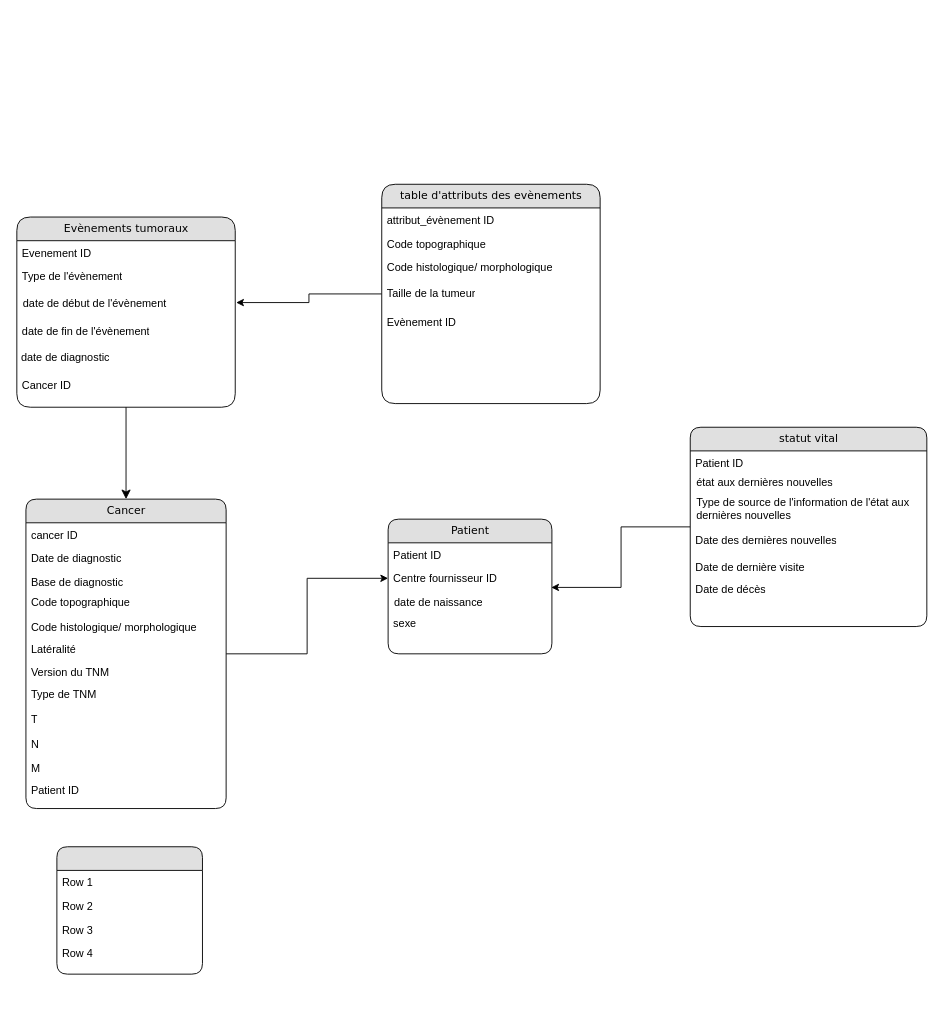
Above: osiris_rwd.drawio in rsigogne/osiris_rwd (draw.io), before the change. Source tidied: cells renumbered, new cells numbered last; positions are measured from the earlier drawing's top-left corner, leaving out a move shared by most shapes. Both pictures are drawn from the tidied source at 91%, with x=0, y=0 at pixel (15, 184).
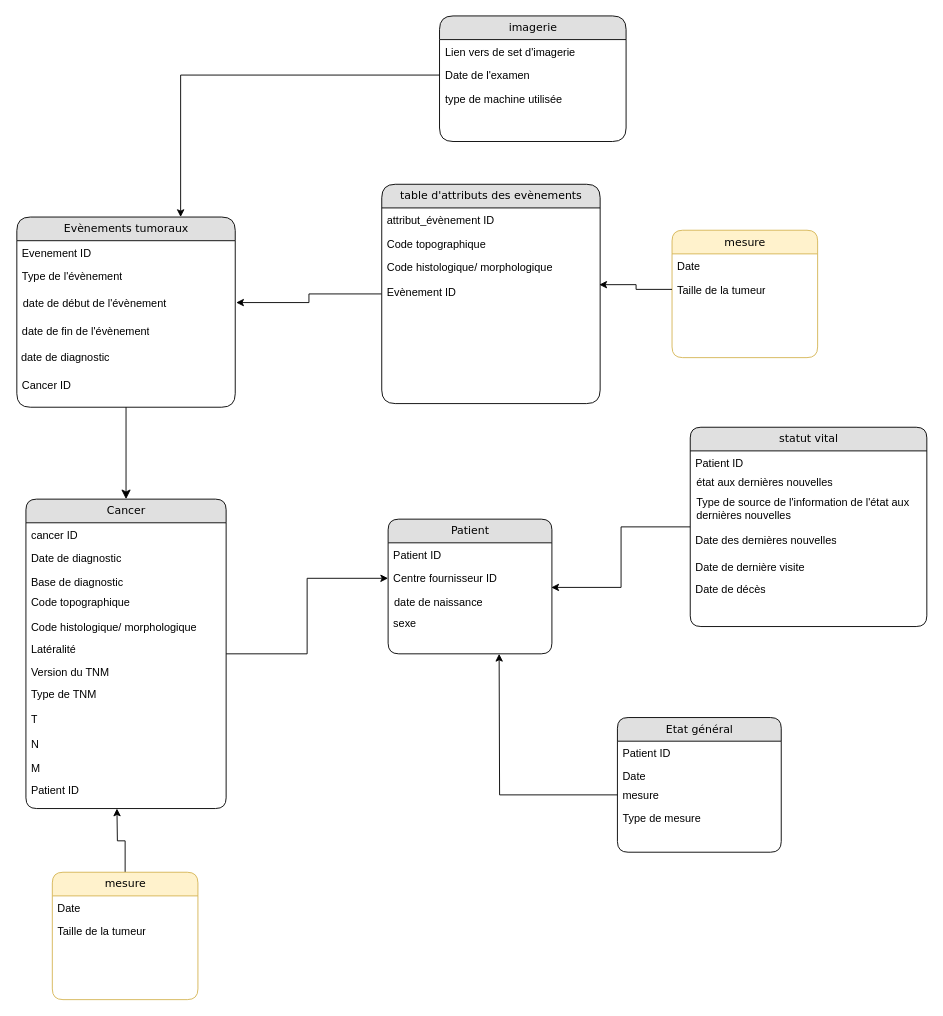
After the change.

Commit message:
MAJ taille de la tumeur

Unchanged cells that the change refers to:
```xml
<mxCell id="2" value="Evènements tumoraux" style="swimlane;html=1;fontStyle=0;horizontal=1;startSize=26;fillColor=#e0e0e0;swimlaneFillColor=#ffffff;align=center;rounded=1;shadow=0;comic=0;labelBackgroundColor=none;strokeWidth=1;fontFamily=Verdana;fontSize=12;arcSize=19;" parent="1" vertex="1">
  <mxGeometry x="1" y="36" width="240" height="209" as="geometry" />
</mxCell>
```

What changed in the source:
```diff
@@
-    <mxCell id="10" style="swimlane;html=1;fontStyle=0;horizontal=1;startSize=26;fillColor=#e0e0e0;swimlaneFillColor=#ffffff;align=center;rounded=1;shadow=0;comic=0;labelBackgroundColor=none;strokeWidth=1;fontFamily=Verdana;fontSize=12;" parent="1" vertex="1">
-      <mxGeometry x="45" y="728" width="160" height="140" as="geometry" />
-    </mxCell>
-    <mxCell id="11" value="Row 1" style="text;html=1;strokeColor=none;fillColor=none;spacingLeft=4;spacingRight=4;whiteSpace=wrap;overflow=hidden;" parent="10" vertex="1">
-      <mxGeometry y="26" width="160" height="26" as="geometry" />
-    </mxCell>
-    <mxCell id="12" value="Row 2" style="text;html=1;strokeColor=none;fillColor=none;spacingLeft=4;spacingRight=4;whiteSpace=wrap;overflow=hidden;" parent="10" vertex="1">
-      <mxGeometry y="52" width="160" height="26" as="geometry" />
-    </mxCell>
-    <mxCell id="13" value="Row 3" style="text;html=1;strokeColor=none;fillColor=none;spacingLeft=4;spacingRight=4;whiteSpace=wrap;overflow=hidden;" parent="10" vertex="1">
-      <mxGeometry y="78" width="160" height="26" as="geometry" />
-    </mxCell>
-    <mxCell id="14" value="Row 4" style="text;html=1;strokeColor=none;fillColor=none;spacingLeft=4;spacingRight=4;whiteSpace=wrap;overflow=hidden;" parent="10" vertex="1">
-      <mxGeometry y="104" width="160" height="26" as="geometry" />
-    </mxCell>
@@
-    <mxCell id="47" value="Taille de la tumeur" style="text;html=1;strokeColor=none;fillColor=none;spacingLeft=4;spacingRight=4;whiteSpace=wrap;overflow=hidden;" parent="1" vertex="1">
-      <mxGeometry x="402" y="106" width="240" height="26" as="geometry" />
-    </mxCell>
     <mxCell id="48" value="Evènement ID" style="text;html=1;strokeColor=none;fillColor=none;spacingLeft=4;spacingRight=4;whiteSpace=wrap;overflow=hidden;points=[[0,0.5],[1,0.5]];portConstraint=eastwest;" parent="1" vertex="1">
-      <mxGeometry x="402" y="138" width="240" height="27" as="geometry" />
+      <mxGeometry x="402" y="105" width="240" height="27" as="geometry" />
     </mxCell>
+    <mxCell id="49" value="imagerie" style="swimlane;html=1;fontStyle=0;horizontal=1;startSize=26;fillColor=#e0e0e0;swimlaneFillColor=#ffffff;align=center;rounded=1;shadow=0;comic=0;labelBackgroundColor=none;strokeWidth=1;fontFamily=Verdana;fontSize=12;arcSize=19;" parent="1" vertex="1">
+      <mxGeometry x="465.5" y="-185" width="205" height="138" as="geometry" />
+    </mxCell>
+    <mxCell id="50" value="Lien vers de set d'imagerie" style="text;html=1;strokeColor=none;fillColor=none;spacingLeft=4;spacingRight=4;whiteSpace=wrap;overflow=hidden;" parent="49" vertex="1">
+      <mxGeometry y="26" width="205" height="26" as="geometry" />
+    </mxCell>
+    <mxCell id="51" value="Date de l'examen" style="text;html=1;strokeColor=none;fillColor=none;spacingLeft=4;spacingRight=4;whiteSpace=wrap;overflow=hidden;points=[[0,0.5],[1,0.5]];portConstraint=eastwest;" parent="49" vertex="1">
+      <mxGeometry y="52" width="205" height="26" as="geometry" />
+    </mxCell>
+    <mxCell id="52" value="type de machine utilisée" style="text;html=1;strokeColor=none;fillColor=none;spacingLeft=4;spacingRight=4;whiteSpace=wrap;overflow=hidden;" parent="49" vertex="1">
+      <mxGeometry y="78" width="205" height="26" as="geometry" />
+    </mxCell>
+    <mxCell id="53" style="edgeStyle=orthogonalEdgeStyle;rounded=0;jettySize=auto;html=1;entryX=0.75;entryY=0;entryDx=0;entryDy=0;" parent="1" edge="1" source="51" target="2">
+      <mxGeometry relative="1" as="geometry" />
+    </mxCell>
+    <mxCell id="54" value="Etat général" style="swimlane;html=1;fontStyle=0;horizontal=1;startSize=26;fillColor=#e0e0e0;swimlaneFillColor=#ffffff;align=center;rounded=1;shadow=0;comic=0;labelBackgroundColor=none;strokeWidth=1;fontFamily=Verdana;fontSize=12;" parent="1" vertex="1">
+      <mxGeometry x="661" y="586" width="180" height="148" as="geometry" />
+    </mxCell>
+    <mxCell id="55" value="Patient ID" style="text;html=1;strokeColor=none;fillColor=none;spacingLeft=4;spacingRight=4;whiteSpace=wrap;overflow=hidden;" parent="54" vertex="1">
+      <mxGeometry y="26" width="180" height="26" as="geometry" />
+    </mxCell>
+    <mxCell id="56" value="Date" style="text;html=1;strokeColor=none;fillColor=none;spacingLeft=4;spacingRight=4;whiteSpace=wrap;overflow=hidden;" parent="1" vertex="1">
+      <mxGeometry x="661" y="637" width="180" height="26" as="geometry" />
+    </mxCell>
+    <mxCell id="57" style="edgeStyle=orthogonalEdgeStyle;rounded=0;jettySize=auto;html=1;" parent="1" edge="1" source="58">
+      <mxGeometry relative="1" as="geometry">
+        <mxPoint x="531" y="516" as="targetPoint" />
+      </mxGeometry>
+    </mxCell>
+    <mxCell id="58" value="mesure" style="text;html=1;strokeColor=none;fillColor=none;spacingLeft=4;spacingRight=4;whiteSpace=wrap;overflow=hidden;points=[[0,0.5],[1,0.5]];portConstraint=eastwest;" parent="1" vertex="1">
+      <mxGeometry x="661" y="658" width="180" height="26" as="geometry" />
+    </mxCell>
+    <mxCell id="59" value="Type de mesure" style="text;html=1;strokeColor=none;fillColor=none;spacingLeft=4;spacingRight=4;whiteSpace=wrap;overflow=hidden;" parent="1" vertex="1">
+      <mxGeometry x="661" y="683" width="180" height="26" as="geometry" />
+    </mxCell>
+    <mxCell id="60" value="mesure" style="swimlane;html=1;fontStyle=0;horizontal=1;startSize=26;fillColor=#fff2cc;swimlaneFillColor=#ffffff;align=center;rounded=1;shadow=0;comic=0;labelBackgroundColor=none;strokeWidth=1;fontFamily=Verdana;fontSize=12;strokeColor=#d6b656;" parent="1" vertex="1">
+      <mxGeometry x="721" y="50.5" width="160" height="140" as="geometry" />
+    </mxCell>
+    <mxCell id="61" value="Date" style="text;html=1;strokeColor=none;fillColor=none;spacingLeft=4;spacingRight=4;whiteSpace=wrap;overflow=hidden;" parent="60" vertex="1">
+      <mxGeometry y="26" width="160" height="26" as="geometry" />
+    </mxCell>
+    <mxCell id="62" value="Taille de la tumeur" style="text;html=1;strokeColor=none;fillColor=none;spacingLeft=4;spacingRight=4;whiteSpace=wrap;overflow=hidden;points=[[0,0.5],[1,0.5]];portConstraint=eastwest;" parent="60" vertex="1">
+      <mxGeometry y="52" width="160" height="26" as="geometry" />
+    </mxCell>
+    <mxCell id="63" style="edgeStyle=orthogonalEdgeStyle;rounded=0;jettySize=auto;html=1;entryX=0.996;entryY=0.198;entryDx=0;entryDy=0;entryPerimeter=0;" parent="1" edge="1" source="62" target="48">
+      <mxGeometry relative="1" as="geometry" />
+    </mxCell>
+    <mxCell id="64" style="edgeStyle=orthogonalEdgeStyle;rounded=0;jettySize=auto;html=1;" parent="1" edge="1" source="65">
+      <mxGeometry relative="1" as="geometry">
+        <mxPoint x="111" y="686" as="targetPoint" />
+      </mxGeometry>
+    </mxCell>
+    <mxCell id="65" value="mesure" style="swimlane;html=1;fontStyle=0;horizontal=1;startSize=26;fillColor=#fff2cc;swimlaneFillColor=#ffffff;align=center;rounded=1;shadow=0;comic=0;labelBackgroundColor=none;strokeWidth=1;fontFamily=Verdana;fontSize=12;strokeColor=#d6b656;" parent="1" vertex="1">
+      <mxGeometry x="40" y="756" width="160" height="140" as="geometry" />
+    </mxCell>
+    <mxCell id="66" value="Date" style="text;html=1;strokeColor=none;fillColor=none;spacingLeft=4;spacingRight=4;whiteSpace=wrap;overflow=hidden;" parent="65" vertex="1">
+      <mxGeometry y="26" width="160" height="26" as="geometry" />
+    </mxCell>
+    <mxCell id="67" value="Taille de la tumeur" style="text;html=1;strokeColor=none;fillColor=none;spacingLeft=4;spacingRight=4;whiteSpace=wrap;overflow=hidden;" parent="65" vertex="1">
+      <mxGeometry y="52" width="160" height="26" as="geometry" />
+    </mxCell>
```
